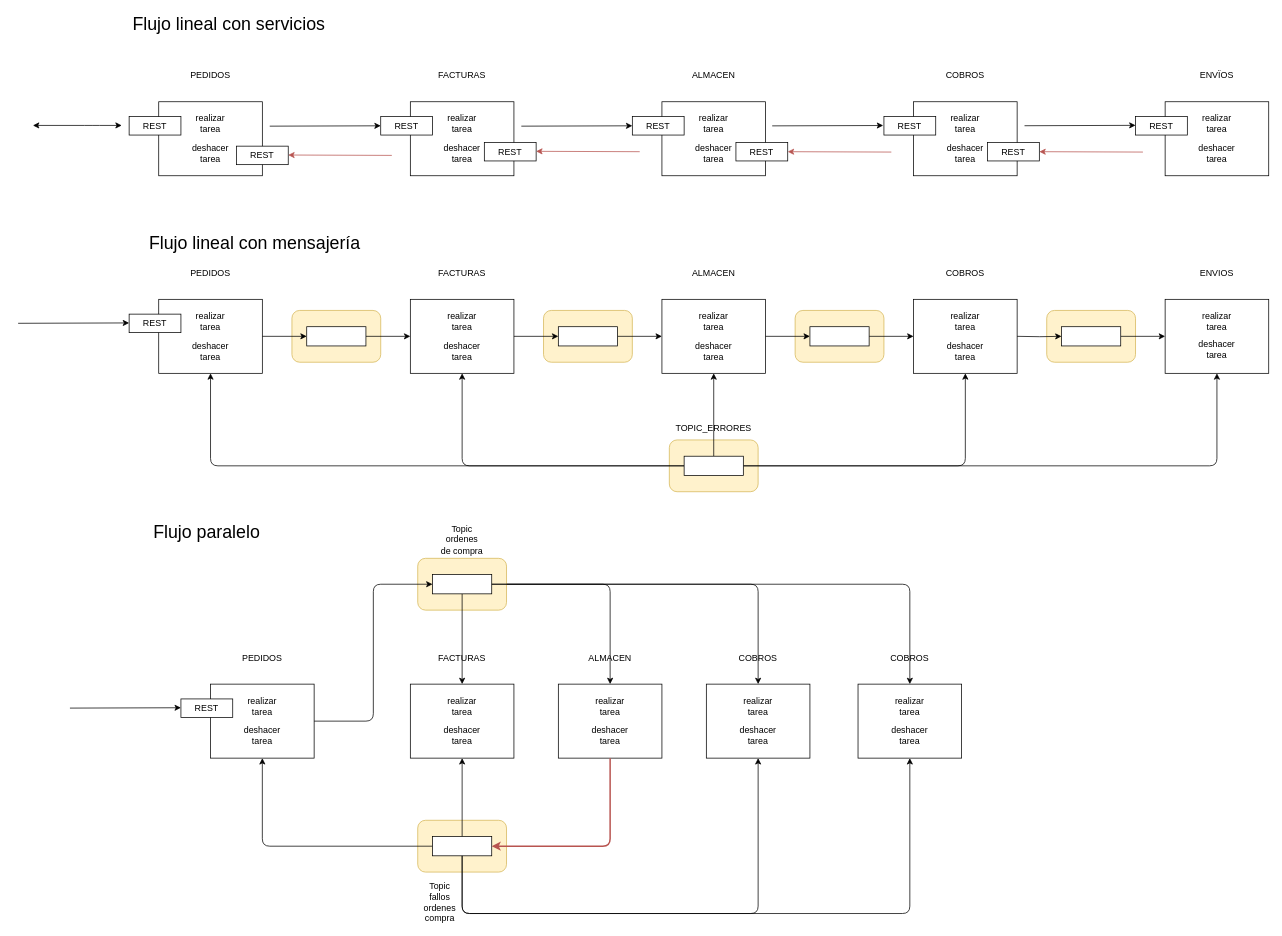
Before: page "Página-30" (35 of 37) of patrones_2022_5.drawio in lrag/Patrones, a draw.io diagram. Source tidied: cells renumbered, new cells numbered last; positions are measured from the earlier drawing's top-left corner, leaving out a move shared by most shapes. Both pictures are drawn from the tidied source at 74%, with x=0, y=0 at pixel (18, 13).
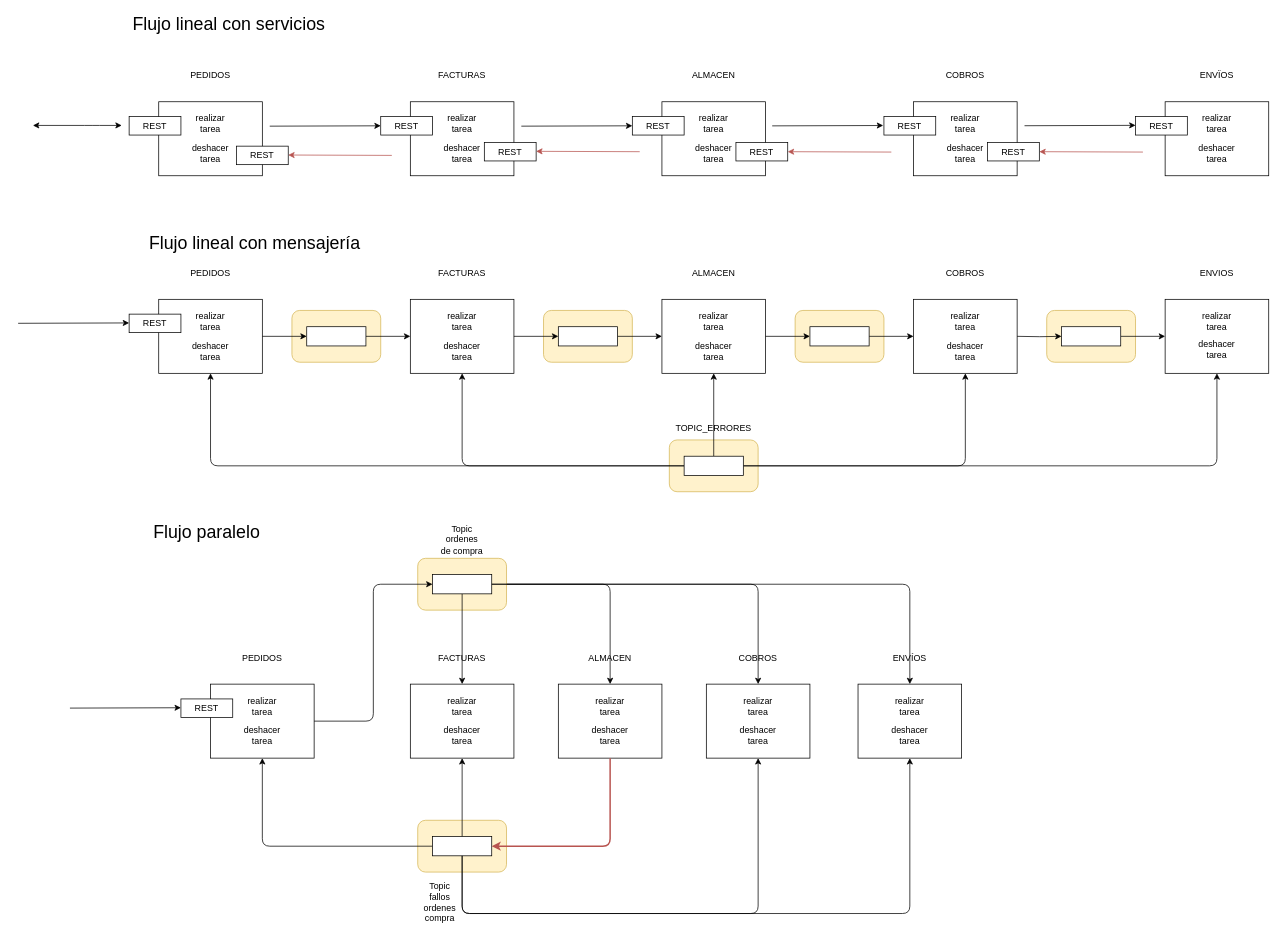
The same diagram, later.

The edit, as a diff of the source:
```diff
@@
-    <mxCell id="118" value="COBROS" style="text;html=1;strokeColor=none;fillColor=none;align=center;verticalAlign=middle;whiteSpace=wrap;rounded=0;fontSize=12;" parent="1" vertex="1">
+    <mxCell id="118" value="ENVÍOS" style="text;html=1;strokeColor=none;fillColor=none;align=center;verticalAlign=middle;whiteSpace=wrap;rounded=0;fontSize=12;" parent="1" vertex="1">
       <mxGeometry x="1175" y="857" width="60" height="30" as="geometry" />
     </mxCell>
```
